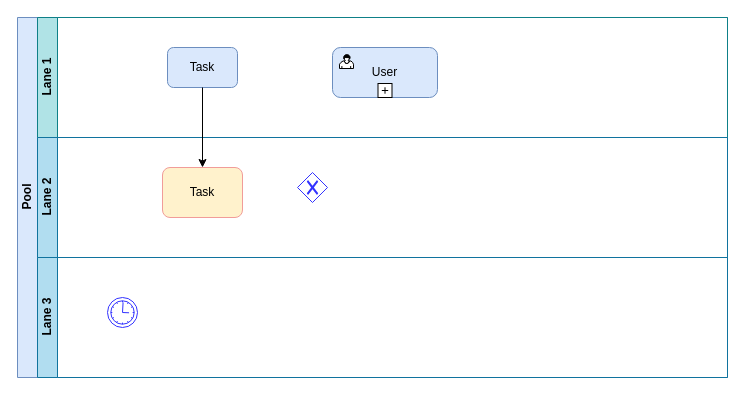
leonyxw/draw.io keeps this draw.io diagram as page "第 1 页" (1 of 2) of process1.drawio. Above is the earlier version. Source tidied: cells renumbered, new cells numbered last; positions are measured from the earlier drawing's top-left corner, leaving out a move shared by most shapes. Both pictures are drawn from the tidied source at 100%, with x=0, y=0 at pixel (17, 17).
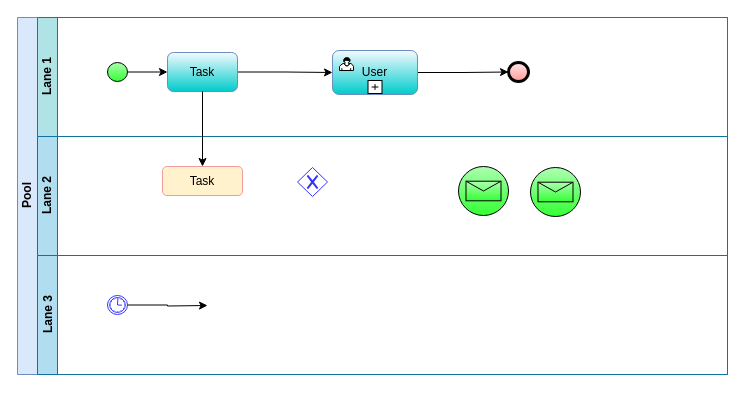
After the change.

What changed in the source:
```diff
@@
     <mxCell id="2" value="Pool" style="swimlane;html=1;horizontal=0;startSize=20;fillColor=#dae8fc;strokeColor=#6c8ebf;noLabel=0;flipV=0;flipH=0;direction=east;perimeter=trianglePerimeter;" parent="1" vertex="1">
-      <mxGeometry width="710" height="360" as="geometry" />
+      <mxGeometry width="710" height="357" as="geometry" />
     </mxCell>
     <mxCell id="3" value="Lane 1" style="swimlane;html=1;startSize=20;horizontal=0;fillColor=#b0e3e6;strokeColor=#0e8088;swimlaneLine=1;perimeter=backbonePerimeter;" parent="2" vertex="1">
-      <mxGeometry x="20" width="690" height="120" as="geometry" />
+      <mxGeometry x="20" width="690" height="119" as="geometry" />
     </mxCell>
+    <mxCell id="14" style="edgeStyle=orthogonalEdgeStyle;rounded=0;jettySize=auto;html=1;entryX=0;entryY=0.5;entryDx=0;entryDy=0;" parent="3" edge="1" source="4" target="5">
+      <mxGeometry relative="1" as="geometry" />
+    </mxCell>
-    <mxCell id="4" value="Task" style="shape=ext;rounded=1;html=1;whiteSpace=wrap;fillColor=#dae8fc;strokeColor=#6c8ebf;" parent="3" vertex="1">
-      <mxGeometry x="130" y="30" width="70" height="40" as="geometry" />
+    <mxCell id="4" value="Task" style="shape=ext;rounded=1;html=1;whiteSpace=wrap;fillColor=#00CCCC;strokeColor=#6c8ebf;gradientColor=#F5FAFF;gradientDirection=north;glass=0;comic=0;shadow=0;" parent="3" vertex="1">
+      <mxGeometry x="130" y="35" width="70" height="39" as="geometry" />
     </mxCell>
+    <mxCell id="15" style="edgeStyle=orthogonalEdgeStyle;rounded=0;jettySize=auto;html=1;entryX=0;entryY=0.5;entryDx=0;entryDy=0;" parent="3" edge="1" source="5" target="18">
+      <mxGeometry relative="1" as="geometry" />
+    </mxCell>
-    <mxCell id="5" value="User" style="html=1;whiteSpace=wrap;rounded=1;strokeColor=#6c8ebf;fillColor=#dae8fc;absoluteArcSize=0;arcSize=16;" parent="3" vertex="1">
-      <mxGeometry x="295" y="30" width="105" height="50" as="geometry" />
+    <mxCell id="5" value="User" style="html=1;whiteSpace=wrap;rounded=1;strokeColor=#6c8ebf;fillColor=#00CCCC;absoluteArcSize=0;shadow=0;gradientColor=#F5FAFF;gradientDirection=north;glass=0;" parent="3" vertex="1">
+      <mxGeometry x="295" y="33" width="85" height="44" as="geometry" />
     </mxCell>
     <mxCell id="6" style="html=1;shape=mxgraph.bpmn.user_task;" parent="5" vertex="1">
-      <mxGeometry width="14" height="14" relative="1" as="geometry">
+      <mxGeometry width="14" height="13" relative="1" as="geometry">
         <mxPoint x="7" y="7" as="offset" />
       </mxGeometry>
     </mxCell>
     <mxCell id="7" style="html=1;shape=plus;" parent="5" vertex="1">
-      <mxGeometry x="0.5" y="1" width="14" height="14" relative="1" as="geometry">
+      <mxGeometry x="0.5" y="1" width="14" height="13" relative="1" as="geometry">
         <mxPoint x="-7" y="-14" as="offset" />
       </mxGeometry>
     </mxCell>
+    <mxCell id="16" style="edgeStyle=orthogonalEdgeStyle;rounded=0;jettySize=auto;html=1;" parent="3" edge="1" source="17" target="4">
+      <mxGeometry relative="1" as="geometry" />
+    </mxCell>
+    <mxCell id="17" style="shape=mxgraph.bpmn.shape;html=1;verticalLabelPosition=bottom;labelBackgroundColor=#ffffff;verticalAlign=top;align=center;perimeter=ellipsePerimeter;outlineConnect=0;outline=standard;symbol=general;fillColor=#33FF33;gradientColor=#ADFFB0;gradientDirection=north;" parent="3" vertex="1">
+      <mxGeometry x="70" y="45" width="20" height="19" as="geometry" />
+    </mxCell>
+    <mxCell id="18" style="shape=mxgraph.bpmn.shape;html=1;verticalLabelPosition=bottom;labelBackgroundColor=#ffffff;verticalAlign=top;align=center;perimeter=ellipsePerimeter;outlineConnect=0;outline=end;symbol=general;fillColor=#FF9999;gradientColor=#FFE9E6;gradientDirection=north;" parent="3" vertex="1">
+      <mxGeometry x="471" y="45" width="20" height="19" as="geometry" />
+    </mxCell>
     <mxCell id="8" value="Lane 2" style="swimlane;html=1;startSize=20;horizontal=0;fillColor=#b1ddf0;strokeColor=#10739e;" parent="2" vertex="1">
-      <mxGeometry x="20" y="120" width="690" height="120" as="geometry" />
+      <mxGeometry x="20" y="119" width="690" height="119" as="geometry" />
     </mxCell>
     <mxCell id="9" value="Task" style="shape=ext;rounded=1;html=1;whiteSpace=wrap;fillColor=#fff2cc;strokeColor=#F19C99;" parent="8" vertex="1">
-      <mxGeometry x="125" y="30" width="80" height="50" as="geometry" />
+      <mxGeometry x="125" y="30" width="80" height="29" as="geometry" />
     </mxCell>
     <mxCell id="10" style="shape=mxgraph.bpmn.shape;html=1;verticalLabelPosition=bottom;labelBackgroundColor=#ffffff;verticalAlign=top;align=center;perimeter=rhombusPerimeter;background=gateway;outline=none;symbol=exclusiveGw;strokeColor=#3333FF;fillColor=none;" parent="8" vertex="1">
-      <mxGeometry x="260" y="35" width="30" height="30" as="geometry" />
+      <mxGeometry x="260" y="31" width="30" height="29" as="geometry" />
     </mxCell>
+    <mxCell id="19" style="shape=mxgraph.bpmn.shape;html=1;verticalLabelPosition=bottom;labelBackgroundColor=#ffffff;verticalAlign=top;align=center;perimeter=ellipsePerimeter;outline=standard;symbol=message;shadow=0;glass=1;comic=0;fillColor=#33FF33;gradientColor=#ADFFB0;gradientDirection=north;" parent="8" vertex="1">
+      <mxGeometry x="421" y="30" width="50" height="49" as="geometry" />
+    </mxCell>
+    <mxCell id="20" style="shape=mxgraph.bpmn.shape;html=1;verticalLabelPosition=bottom;labelBackgroundColor=#ffffff;verticalAlign=top;align=center;perimeter=ellipsePerimeter;outline=eventInt;symbol=message;shadow=0;glass=1;comic=0;fillColor=#33FF33;gradientColor=#ADFFB0;gradientDirection=north;" parent="8" vertex="1">
+      <mxGeometry x="493" y="31" width="50" height="49" as="geometry" />
+    </mxCell>
     <mxCell id="11" value="Lane 3" style="swimlane;html=1;startSize=20;horizontal=0;fillColor=#b1ddf0;strokeColor=#10739e;" parent="2" vertex="1">
-      <mxGeometry x="20" y="240" width="690" height="120" as="geometry" />
+      <mxGeometry x="20" y="238" width="690" height="119" as="geometry" />
     </mxCell>
+    <mxCell id="21" style="edgeStyle=orthogonalEdgeStyle;rounded=0;jettySize=auto;html=1;" parent="11" edge="1" source="12">
+      <mxGeometry relative="1" as="geometry">
+        <mxPoint x="170" y="50" as="targetPoint" />
+      </mxGeometry>
+    </mxCell>
     <mxCell id="12" style="shape=mxgraph.bpmn.shape;html=1;verticalLabelPosition=bottom;labelBackgroundColor=#ffffff;verticalAlign=top;align=center;perimeter=ellipsePerimeter;outlineConnect=0;outline=standard;symbol=timer;strokeColor=#3333FF;fillColor=none;" parent="11" vertex="1">
-      <mxGeometry x="70" y="40" width="30" height="30" as="geometry" />
+      <mxGeometry x="70" y="40" width="20" height="19" as="geometry" />
     </mxCell>
```
